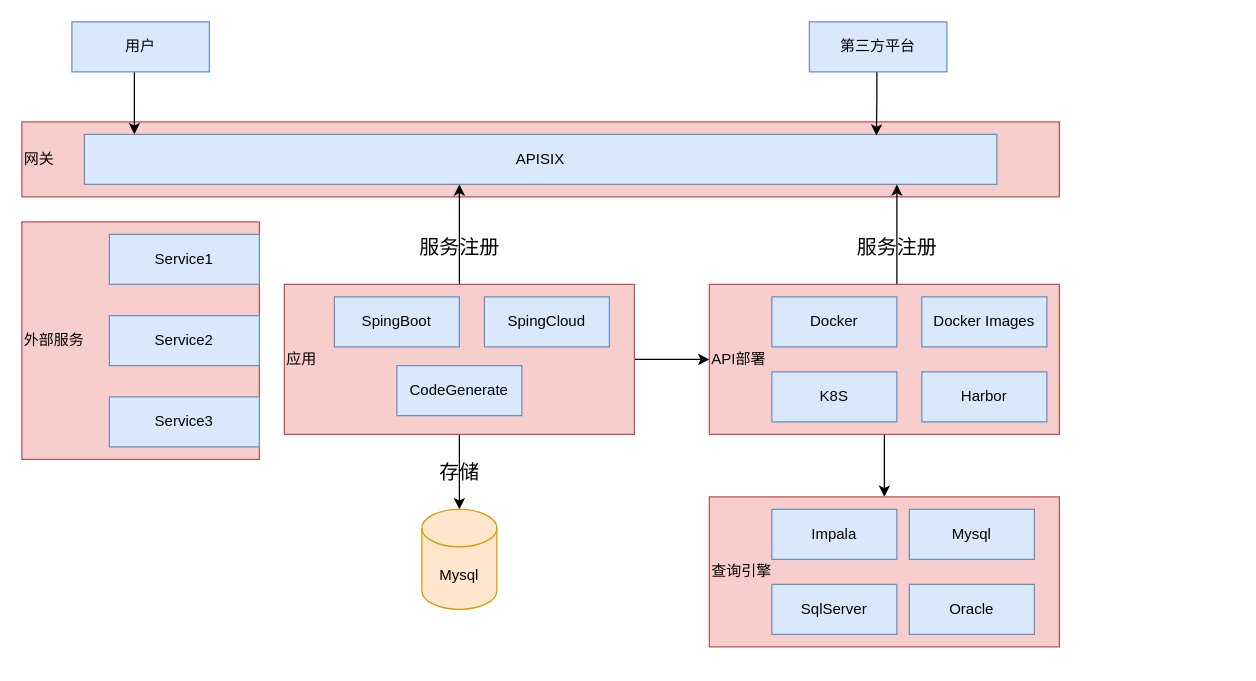
Earlier version of the draw.io diagram Untitled Diagram.drawio (EvenGui/atlas_cn). Source tidied: cells renumbered, new cells numbered last; positions are measured from the earlier drawing's top-left corner, leaving out a move shared by most shapes. Both pictures are drawn from the tidied source at 125%, with x=0, y=0 at pixel (21, 21).
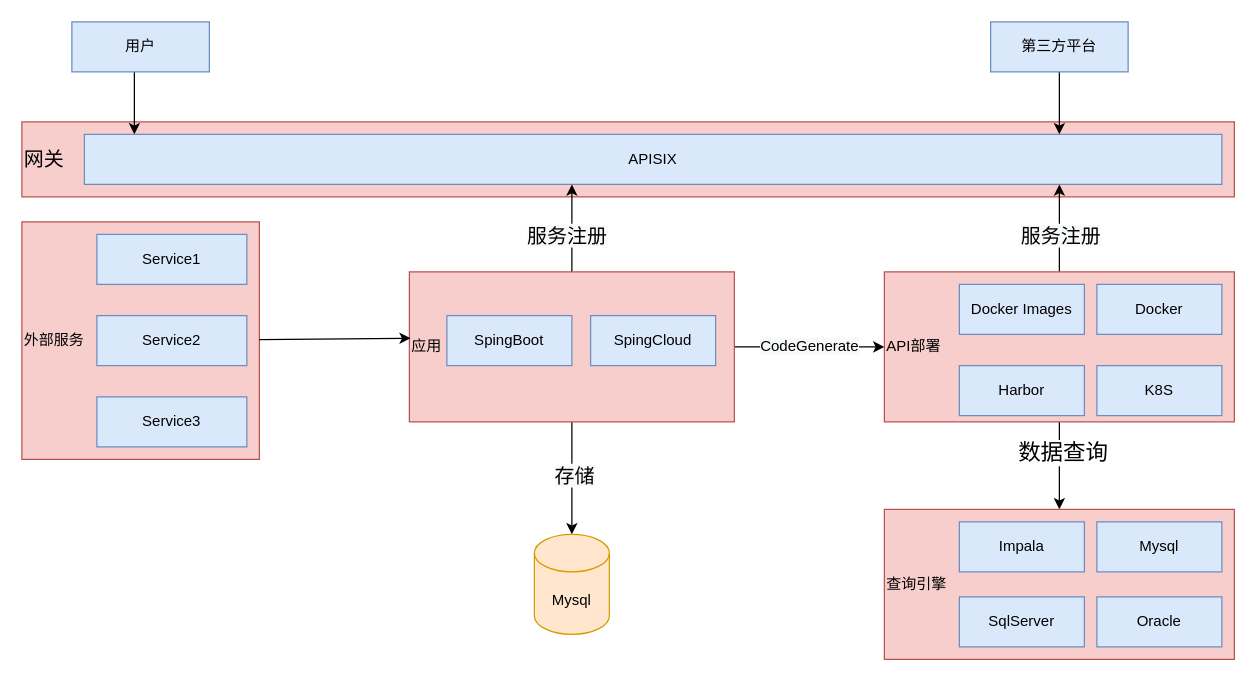
After the change.

Unchanged cells that the change refers to:
```xml
<mxCell id="8" value="&lt;div&gt;&lt;span&gt;外部服务&lt;/span&gt;&lt;/div&gt;" style="whiteSpace=wrap;html=1;align=left;fillColor=#f8cecc;strokeColor=#b85450;" parent="1" vertex="1">
  <mxGeometry y="160" width="190" height="190" as="geometry" />
</mxCell>
<mxCell id="14" style="edgeStyle=orthogonalEdgeStyle;rounded=0;jettySize=auto;html=1;" parent="1" edge="1" source="15" target="28">
  <mxGeometry relative="1" as="geometry" />
</mxCell>
<mxCell id="17" style="edgeStyle=orthogonalEdgeStyle;rounded=0;jettySize=auto;html=1;" parent="1" edge="1" source="18" target="30">
  <mxGeometry relative="1" as="geometry" />
</mxCell>
```

What changed in the source:
```diff
@@
-    <mxCell id="2" value="网关" style="rounded=0;whiteSpace=wrap;html=1;fillColor=#f8cecc;strokeColor=#b85450;align=left;" parent="1" vertex="1">
-      <mxGeometry y="80" width="830" height="60" as="geometry" />
+    <mxCell id="2" value="&lt;font style=&quot;font-size: 16px&quot;&gt;网关&lt;/font&gt;" style="rounded=0;whiteSpace=wrap;html=1;fillColor=#f8cecc;strokeColor=#b85450;align=left;" parent="1" vertex="1">
+      <mxGeometry y="80" width="970" height="60" as="geometry" />
     </mxCell>
     <mxCell id="3" value="APISIX" style="rounded=0;whiteSpace=wrap;html=1;fillColor=#dae8fc;strokeColor=#6c8ebf;" parent="1" vertex="1">
-      <mxGeometry x="50" y="90" width="730" height="40" as="geometry" />
+      <mxGeometry x="50" y="90" width="910" height="40" as="geometry" />
     </mxCell>
@@
-    <mxCell id="6" style="edgeStyle=orthogonalEdgeStyle;rounded=0;jettySize=auto;html=1;entryX=0.868;entryY=0.025;entryDx=0;entryDy=0;entryPerimeter=0;" parent="1" edge="1" source="7" target="3">
+    <mxCell id="6" style="edgeStyle=orthogonalEdgeStyle;rounded=0;jettySize=auto;html=1;" parent="1" edge="1" source="7" target="3">
       <mxGeometry relative="1" as="geometry">
         <Array as="points">
-          <mxPoint x="684" y="60" />
-          <mxPoint x="684" y="60" />
+          <mxPoint x="835" y="90" />
+          <mxPoint x="835" y="90" />
         </Array>
       </mxGeometry>
     </mxCell>
     <mxCell id="7" value="第三方平台" style="rounded=0;whiteSpace=wrap;html=1;fillColor=#dae8fc;strokeColor=#6c8ebf;" parent="1" vertex="1">
-      <mxGeometry x="630" width="110" height="40" as="geometry" />
+      <mxGeometry x="775" width="110" height="40" as="geometry" />
     </mxCell>
@@
     <mxCell id="9" value="Service1" style="rounded=0;whiteSpace=wrap;html=1;fillColor=#dae8fc;strokeColor=#6c8ebf;" parent="1" vertex="1">
-      <mxGeometry x="70" y="170" width="120" height="40" as="geometry" />
+      <mxGeometry x="60" y="170" width="120" height="40" as="geometry" />
     </mxCell>
     <mxCell id="10" value="Service2" style="rounded=0;whiteSpace=wrap;html=1;fillColor=#dae8fc;strokeColor=#6c8ebf;" parent="1" vertex="1">
-      <mxGeometry x="70" y="235" width="120" height="40" as="geometry" />
+      <mxGeometry x="60" y="235" width="120" height="40" as="geometry" />
     </mxCell>
     <mxCell id="11" value="Service3" style="rounded=0;whiteSpace=wrap;html=1;fillColor=#dae8fc;strokeColor=#6c8ebf;" parent="1" vertex="1">
-      <mxGeometry x="70" y="300" width="120" height="40" as="geometry" />
+      <mxGeometry x="60" y="300" width="120" height="40" as="geometry" />
     </mxCell>
-    <mxCell id="12" style="edgeStyle=orthogonalEdgeStyle;rounded=0;jettySize=auto;html=1;" parent="1" edge="1" source="15" target="18">
+    <mxCell id="12" value="&lt;span style=&quot;font-size: 12px ; background-color: rgb(248 , 249 , 250)&quot;&gt;CodeGenerate&lt;/span&gt;" style="edgeStyle=orthogonalEdgeStyle;rounded=0;jettySize=auto;html=1;" parent="1" edge="1" source="15" target="18">
       <mxGeometry relative="1" as="geometry" />
     </mxCell>
     <mxCell id="13" style="edgeStyle=orthogonalEdgeStyle;rounded=0;jettySize=auto;html=1;" parent="1" edge="1" source="15" target="3">
       <mxGeometry relative="1" as="geometry">
         <Array as="points">
-          <mxPoint x="350" y="180" />
-          <mxPoint x="350" y="180" />
+          <mxPoint x="440" y="160" />
+          <mxPoint x="440" y="160" />
         </Array>
       </mxGeometry>
     </mxCell>
+    <mxCell id="35" value="&lt;span style=&quot;font-size: 16px ; background-color: rgb(248 , 249 , 250)&quot;&gt;服务注册&lt;/span&gt;" style="edgeLabel;html=1;align=center;verticalAlign=middle;" parent="13" vertex="1">
+      <mxGeometry y="-1" relative="1" as="geometry">
+        <mxPoint x="-6" y="5" as="offset" />
+      </mxGeometry>
+    </mxCell>
@@
+    <mxCell id="29" value="&lt;span style=&quot;font-size: 16px ; background-color: rgb(248 , 249 , 250)&quot;&gt;存储&lt;/span&gt;" style="edgeLabel;html=1;align=center;verticalAlign=middle;" parent="14" vertex="1">
+      <mxGeometry x="-0.07" y="1" relative="1" as="geometry" />
+    </mxCell>
     <mxCell id="15" value="应用" style="rounded=0;whiteSpace=wrap;html=1;align=left;fillColor=#f8cecc;strokeColor=#b85450;" parent="1" vertex="1">
-      <mxGeometry x="210" y="210" width="280" height="120" as="geometry" />
+      <mxGeometry x="310" y="200" width="260" height="120" as="geometry" />
     </mxCell>
     <mxCell id="16" style="edgeStyle=orthogonalEdgeStyle;rounded=0;jettySize=auto;html=1;" parent="1" edge="1" source="18" target="3">
       <mxGeometry relative="1" as="geometry">
         <Array as="points">
-          <mxPoint x="700" y="160" />
-          <mxPoint x="700" y="160" />
+          <mxPoint x="830" y="170" />
+          <mxPoint x="830" y="170" />
         </Array>
       </mxGeometry>
     </mxCell>
+    <mxCell id="36" value="&lt;span style=&quot;font-size: 16px ; background-color: rgb(248 , 249 , 250)&quot;&gt;服务注册&lt;/span&gt;" style="edgeLabel;html=1;align=center;verticalAlign=middle;" parent="16" vertex="1">
+      <mxGeometry x="-0.03" y="3" relative="1" as="geometry">
+        <mxPoint x="3" y="4" as="offset" />
+      </mxGeometry>
+    </mxCell>
@@
+    <mxCell id="37" value="&lt;font style=&quot;font-size: 18px&quot;&gt;数据查询&lt;/font&gt;" style="edgeLabel;html=1;align=center;verticalAlign=middle;" parent="17" vertex="1">
+      <mxGeometry x="-0.32" y="2" relative="1" as="geometry" />
+    </mxCell>
     <mxCell id="18" value="API部署" style="rounded=0;whiteSpace=wrap;html=1;fillColor=#f8cecc;strokeColor=#b85450;align=left;" parent="1" vertex="1">
-      <mxGeometry x="550" y="210" width="280" height="120" as="geometry" />
+      <mxGeometry x="690" y="200" width="280" height="120" as="geometry" />
     </mxCell>
     <mxCell id="19" value="SpingBoot" style="rounded=0;whiteSpace=wrap;html=1;fillColor=#dae8fc;strokeColor=#6c8ebf;" parent="1" vertex="1">
-      <mxGeometry x="250" y="220" width="100" height="40" as="geometry" />
+      <mxGeometry x="340" y="235" width="100" height="40" as="geometry" />
     </mxCell>
     <mxCell id="20" value="SpingCloud" style="rounded=0;whiteSpace=wrap;html=1;fillColor=#dae8fc;strokeColor=#6c8ebf;" parent="1" vertex="1">
-      <mxGeometry x="370" y="220" width="100" height="40" as="geometry" />
+      <mxGeometry x="455" y="235" width="100" height="40" as="geometry" />
     </mxCell>
-    <mxCell id="21" value="CodeGenerate" style="rounded=0;whiteSpace=wrap;html=1;fillColor=#dae8fc;strokeColor=#6c8ebf;" parent="1" vertex="1">
-      <mxGeometry x="300" y="275" width="100" height="40" as="geometry" />
-    </mxCell>
-    <mxCell id="22" value="&lt;font style=&quot;font-size: 16px&quot;&gt;服务注册&lt;/font&gt;" style="text;html=1;strokeColor=none;fillColor=none;align=center;verticalAlign=middle;whiteSpace=wrap;rounded=0;" parent="1" vertex="1">
-      <mxGeometry x="307.5" y="170" width="85" height="20" as="geometry" />
-    </mxCell>
     <mxCell id="23" value="Docker" style="rounded=0;whiteSpace=wrap;html=1;fillColor=#dae8fc;strokeColor=#6c8ebf;" parent="1" vertex="1">
-      <mxGeometry x="600" y="220" width="100" height="40" as="geometry" />
+      <mxGeometry x="860" y="210" width="100" height="40" as="geometry" />
     </mxCell>
     <mxCell id="24" value="Docker Images" style="rounded=0;whiteSpace=wrap;html=1;fillColor=#dae8fc;strokeColor=#6c8ebf;" parent="1" vertex="1">
-      <mxGeometry x="720" y="220" width="100" height="40" as="geometry" />
+      <mxGeometry x="750" y="210" width="100" height="40" as="geometry" />
     </mxCell>
     <mxCell id="25" value="K8S" style="rounded=0;whiteSpace=wrap;html=1;fillColor=#dae8fc;strokeColor=#6c8ebf;" parent="1" vertex="1">
-      <mxGeometry x="600" y="280" width="100" height="40" as="geometry" />
+      <mxGeometry x="860" y="275" width="100" height="40" as="geometry" />
     </mxCell>
     <mxCell id="26" value="Harbor" style="rounded=0;whiteSpace=wrap;html=1;fillColor=#dae8fc;strokeColor=#6c8ebf;" parent="1" vertex="1">
-      <mxGeometry x="720" y="280" width="100" height="40" as="geometry" />
+      <mxGeometry x="750" y="275" width="100" height="40" as="geometry" />
     </mxCell>
-    <mxCell id="27" value="&lt;font style=&quot;font-size: 16px&quot;&gt;服务注册&lt;/font&gt;" style="text;html=1;strokeColor=none;fillColor=none;align=center;verticalAlign=middle;whiteSpace=wrap;rounded=0;" parent="1" vertex="1">
-      <mxGeometry x="657.5" y="170" width="85" height="20" as="geometry" />
-    </mxCell>
     <mxCell id="28" value="Mysql" style="shape=cylinder3;whiteSpace=wrap;html=1;boundedLbl=1;backgroundOutline=1;size=15;fillColor=#ffe6cc;strokeColor=#d79b00;" parent="1" vertex="1">
-      <mxGeometry x="320" y="390" width="60" height="80" as="geometry" />
+      <mxGeometry x="410" y="410" width="60" height="80" as="geometry" />
     </mxCell>
-    <mxCell id="29" value="&lt;font style=&quot;font-size: 16px&quot;&gt;存储&lt;/font&gt;" style="text;html=1;strokeColor=none;fillColor=none;align=center;verticalAlign=middle;whiteSpace=wrap;rounded=0;" parent="1" vertex="1">
-      <mxGeometry x="307.5" y="350" width="85" height="20" as="geometry" />
-    </mxCell>
     <mxCell id="30" value="查询引擎" style="rounded=0;whiteSpace=wrap;html=1;fillColor=#f8cecc;strokeColor=#b85450;align=left;" parent="1" vertex="1">
-      <mxGeometry x="550" y="380" width="280" height="120" as="geometry" />
+      <mxGeometry x="690" y="390" width="280" height="120" as="geometry" />
     </mxCell>
     <mxCell id="31" value="Impala" style="rounded=0;whiteSpace=wrap;html=1;fillColor=#dae8fc;strokeColor=#6c8ebf;" parent="1" vertex="1">
-      <mxGeometry x="600" y="390" width="100" height="40" as="geometry" />
+      <mxGeometry x="750" y="400" width="100" height="40" as="geometry" />
     </mxCell>
     <mxCell id="32" value="Mysql" style="rounded=0;whiteSpace=wrap;html=1;fillColor=#dae8fc;strokeColor=#6c8ebf;" parent="1" vertex="1">
-      <mxGeometry x="710" y="390" width="100" height="40" as="geometry" />
+      <mxGeometry x="860" y="400" width="100" height="40" as="geometry" />
     </mxCell>
     <mxCell id="33" value="SqlServer" style="rounded=0;whiteSpace=wrap;html=1;fillColor=#dae8fc;strokeColor=#6c8ebf;" parent="1" vertex="1">
-      <mxGeometry x="600" y="450" width="100" height="40" as="geometry" />
+      <mxGeometry x="750" y="460" width="100" height="40" as="geometry" />
     </mxCell>
     <mxCell id="34" value="Oracle" style="rounded=0;whiteSpace=wrap;html=1;fillColor=#dae8fc;strokeColor=#6c8ebf;" parent="1" vertex="1">
-      <mxGeometry x="710" y="450" width="100" height="40" as="geometry" />
+      <mxGeometry x="860" y="460" width="100" height="40" as="geometry" />
     </mxCell>
+    <mxCell id="38" style="endArrow=classic;html=1;entryX=0.004;entryY=0.442;entryDx=0;entryDy=0;entryPerimeter=0;" parent="1" edge="1" source="8" target="15">
+      <mxGeometry relative="1" as="geometry" />
+    </mxCell>
```
